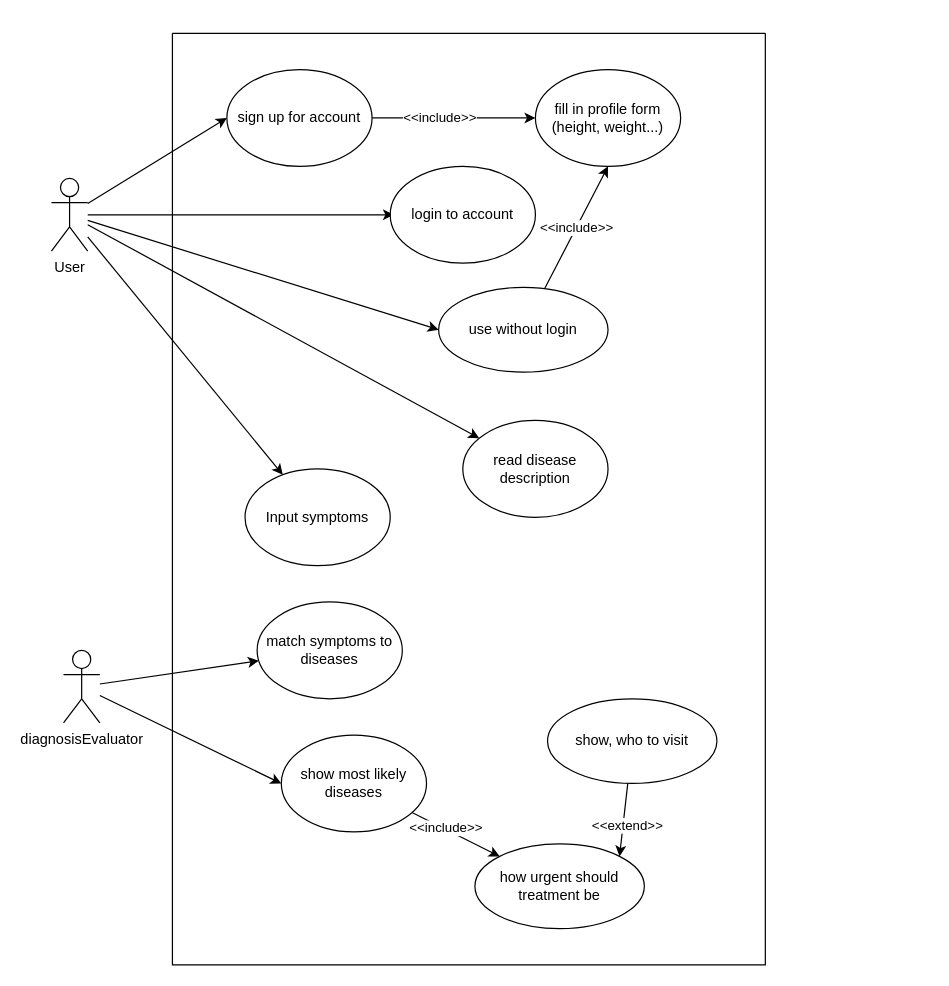
The draw.io diagram diagrams/UseCaseDiagram.drawio in hollepat/VirtualDoctor_, before the edit. Source tidied: cells renumbered, new cells numbered last; positions are measured from the earlier drawing's top-left corner, leaving out a move shared by most shapes. Both pictures are drawn from the tidied source at 121%, with x=0, y=0 at pixel (51, 33).
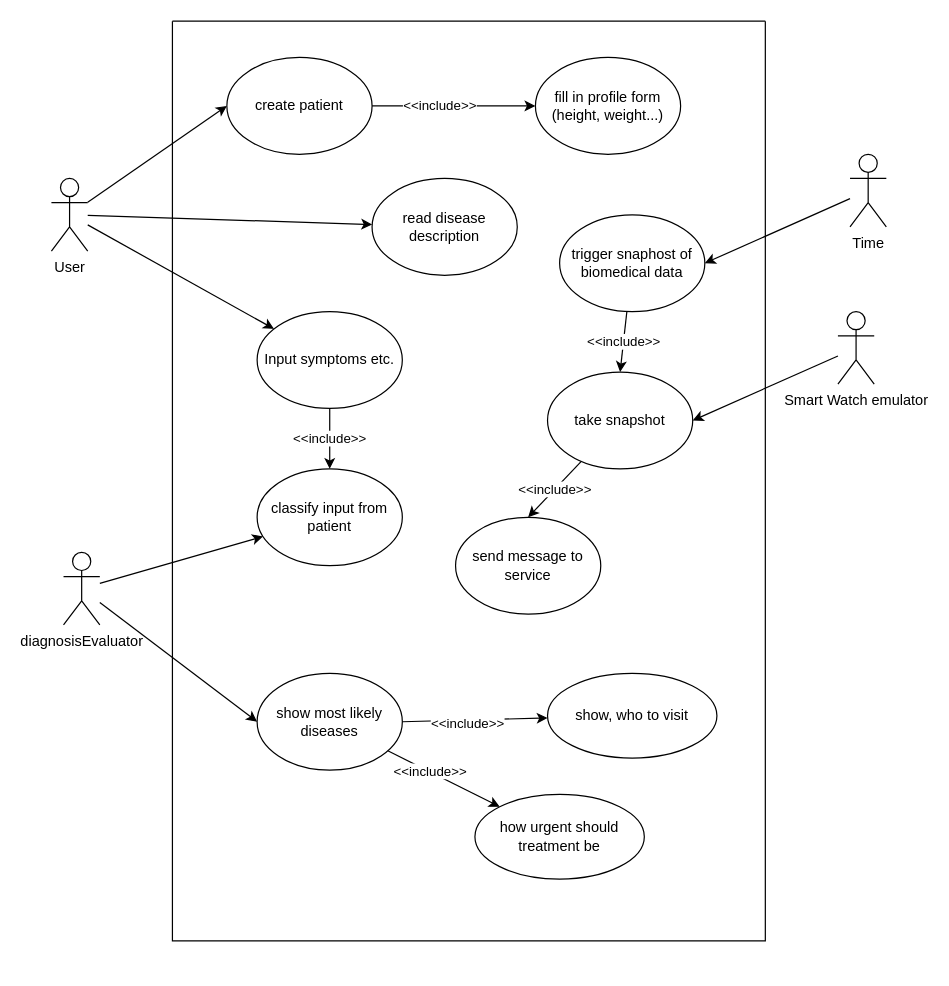
After the change.

Unchanged cells that the change refers to:
```xml
<mxCell id="7" value="User" style="shape=umlActor;verticalLabelPosition=bottom;verticalAlign=top;html=1;outlineConnect=0;" parent="1" vertex="1">
  <mxGeometry y="120" width="30" height="60" as="geometry" />
</mxCell>
<mxCell id="17" value="fill in profile form (height, weight...)" style="ellipse;whiteSpace=wrap;html=1;" parent="11" vertex="1">
  <mxGeometry x="300" y="30" width="120" height="80" as="geometry" />
</mxCell>
```

What changed in the source:
```diff
@@
-    <mxCell id="4" style="rounded=0;jettySize=auto;html=1;entryX=0.025;entryY=0.5;entryDx=0;entryDy=0;entryPerimeter=0;" parent="1" edge="1" source="7" target="21">
-      <mxGeometry relative="1" as="geometry" />
-    </mxCell>
@@
-    <mxCell id="6" style="rounded=0;jettySize=auto;html=1;entryX=0;entryY=0.5;entryDx=0;entryDy=0;" parent="1" edge="1" source="7" target="24">
-      <mxGeometry relative="1" as="geometry" />
-    </mxCell>
@@
     <mxCell id="10" value="diagnosisEvaluator" style="shape=umlActor;verticalLabelPosition=bottom;verticalAlign=top;html=1;outlineConnect=0;" parent="1" vertex="1">
-      <mxGeometry x="10" y="510" width="30" height="60" as="geometry" />
+      <mxGeometry x="10" y="429" width="30" height="60" as="geometry" />
     </mxCell>
     <mxCell id="11" style="swimlane;startSize=0;" parent="1" vertex="1">
-      <mxGeometry x="100" width="490" height="770" as="geometry" />
+      <mxGeometry x="100" y="-10" width="490" height="760" as="geometry" />
     </mxCell>
@@
-    <mxCell id="14" value="sign up for account" style="ellipse;whiteSpace=wrap;html=1;" parent="11" vertex="1">
+    <mxCell id="14" value="create patient" style="ellipse;whiteSpace=wrap;html=1;" parent="11" vertex="1">
       <mxGeometry x="45" y="30" width="120" height="80" as="geometry" />
     </mxCell>
-    <mxCell id="15" value="match symptoms to diseases" style="ellipse;whiteSpace=wrap;html=1;" parent="11" vertex="1">
-      <mxGeometry x="70" y="470" width="120" height="80" as="geometry" />
+    <mxCell id="15" value="classify input from patient" style="ellipse;whiteSpace=wrap;html=1;" parent="11" vertex="1">
+      <mxGeometry x="70" y="370" width="120" height="80" as="geometry" />
     </mxCell>
+    <mxCell id="29" value="&amp;lt;&amp;lt;include&amp;gt;&amp;gt;" style="edgeStyle=orthogonalEdgeStyle;rounded=0;jettySize=auto;html=1;entryX=0.5;entryY=0;entryDx=0;entryDy=0;" parent="11" edge="1" source="16" target="15">
+      <mxGeometry relative="1" as="geometry" />
+    </mxCell>
-    <mxCell id="16" value="Input symptoms" style="ellipse;whiteSpace=wrap;html=1;" parent="11" vertex="1">
-      <mxGeometry x="60" y="360" width="120" height="80" as="geometry" />
+    <mxCell id="16" value="Input symptoms etc." style="ellipse;whiteSpace=wrap;html=1;" parent="11" vertex="1">
+      <mxGeometry x="70" y="240" width="120" height="80" as="geometry" />
     </mxCell>
@@
     <mxCell id="20" value="show most likely&lt;br&gt;diseases" style="ellipse;whiteSpace=wrap;html=1;" parent="11" vertex="1">
-      <mxGeometry x="90" y="580" width="120" height="80" as="geometry" />
+      <mxGeometry x="70" y="539" width="120" height="80" as="geometry" />
     </mxCell>
-    <mxCell id="21" value="login to account" style="ellipse;whiteSpace=wrap;html=1;" parent="11" vertex="1">
-      <mxGeometry x="180" y="110" width="120" height="80" as="geometry" />
-    </mxCell>
     <mxCell id="22" value="read disease description" style="ellipse;whiteSpace=wrap;html=1;" parent="11" vertex="1">
-      <mxGeometry x="240" y="320" width="120" height="80" as="geometry" />
+      <mxGeometry x="165" y="130" width="120" height="80" as="geometry" />
     </mxCell>
-    <mxCell id="23" value="&amp;lt;&amp;lt;include&amp;gt;&amp;gt;" style="rounded=0;jettySize=auto;html=1;entryX=0.5;entryY=1;entryDx=0;entryDy=0;" parent="11" edge="1" source="24" target="17">
-      <mxGeometry relative="1" as="geometry" />
-    </mxCell>
-    <mxCell id="24" value="use without login" style="ellipse;whiteSpace=wrap;html=1;" parent="11" vertex="1">
-      <mxGeometry x="220" y="210" width="140" height="70" as="geometry" />
-    </mxCell>
-    <mxCell id="25" style="rounded=0;jettySize=auto;html=1;entryX=1;entryY=0;entryDx=0;entryDy=0;" parent="11" edge="1" source="27" target="28">
+    <mxCell id="25" style="rounded=0;jettySize=auto;html=1;entryX=1;entryY=0.5;entryDx=0;entryDy=0;endArrow=none;endFill=0;startArrow=classic;startFill=1;" parent="11" edge="1" source="27" target="20">
       <mxGeometry relative="1" as="geometry" />
     </mxCell>
-    <mxCell id="26" value="&amp;lt;&amp;lt;extend&amp;gt;&amp;gt;" style="edgeLabel;html=1;align=center;verticalAlign=middle;" parent="25" vertex="1">
+    <mxCell id="26" value="&amp;lt;&amp;lt;include&amp;gt;&amp;gt;" style="edgeLabel;html=1;align=center;verticalAlign=middle;" parent="25" vertex="1">
       <mxGeometry x="0.12" y="3" relative="1" as="geometry" />
     </mxCell>
     <mxCell id="27" value="show, who to visit" style="ellipse;whiteSpace=wrap;html=1;" parent="11" vertex="1">
-      <mxGeometry x="310" y="550" width="140" height="70" as="geometry" />
+      <mxGeometry x="310" y="539" width="140" height="70" as="geometry" />
     </mxCell>
     <mxCell id="28" value="how urgent should treatment be" style="ellipse;whiteSpace=wrap;html=1;" parent="11" vertex="1">
-      <mxGeometry x="250" y="670" width="140" height="70" as="geometry" />
+      <mxGeometry x="250" y="639" width="140" height="70" as="geometry" />
     </mxCell>
+    <mxCell id="30" value="&amp;lt;&amp;lt;include&amp;gt;&amp;gt;" style="rounded=0;jettySize=auto;html=1;entryX=0.5;entryY=0;entryDx=0;entryDy=0;" parent="11" edge="1" source="31" target="33">
+      <mxGeometry relative="1" as="geometry" />
+    </mxCell>
+    <mxCell id="31" value="trigger snaphost of biomedical data" style="ellipse;whiteSpace=wrap;html=1;" parent="11" vertex="1">
+      <mxGeometry x="320" y="160" width="120" height="80" as="geometry" />
+    </mxCell>
+    <mxCell id="32" value="&amp;lt;&amp;lt;include&amp;gt;&amp;gt;" style="rounded=0;jettySize=auto;html=1;entryX=0.5;entryY=0;entryDx=0;entryDy=0;" parent="11" edge="1" source="33" target="34">
+      <mxGeometry relative="1" as="geometry" />
+    </mxCell>
+    <mxCell id="33" value="take snapshot" style="ellipse;whiteSpace=wrap;html=1;" parent="11" vertex="1">
+      <mxGeometry x="310" y="290" width="120" height="80" as="geometry" />
+    </mxCell>
+    <mxCell id="34" value="send message to service" style="ellipse;whiteSpace=wrap;html=1;" parent="11" vertex="1">
+      <mxGeometry x="234" y="410" width="120" height="80" as="geometry" />
+    </mxCell>
+    <mxCell id="35" style="rounded=0;jettySize=auto;html=1;entryX=1;entryY=0.5;entryDx=0;entryDy=0;" parent="1" edge="1" source="36" target="33">
+      <mxGeometry relative="1" as="geometry" />
+    </mxCell>
+    <mxCell id="36" value="Smart Watch emulator" style="shape=umlActor;verticalLabelPosition=bottom;verticalAlign=top;html=1;outlineConnect=0;" parent="1" vertex="1">
+      <mxGeometry x="650" y="230" width="30" height="60" as="geometry" />
+    </mxCell>
+    <mxCell id="37" style="rounded=0;jettySize=auto;html=1;entryX=1;entryY=0.5;entryDx=0;entryDy=0;" parent="1" edge="1" source="38" target="31">
+      <mxGeometry relative="1" as="geometry" />
+    </mxCell>
+    <mxCell id="38" value="Time" style="shape=umlActor;verticalLabelPosition=bottom;verticalAlign=top;html=1;outlineConnect=0;" parent="1" vertex="1">
+      <mxGeometry x="660" y="100" width="30" height="60" as="geometry" />
+    </mxCell>
```
